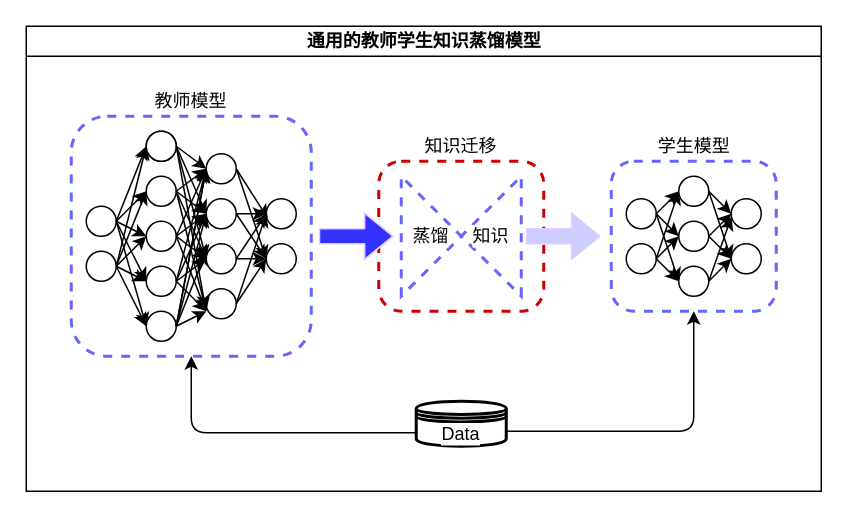
Before: algorithm_mindmap/未命名绘图.drawio in Noeverer/git_leetcode, a draw.io diagram. Source tidied: cells renumbered, new cells numbered last; positions are measured from the earlier drawing's top-left corner, leaving out a move shared by most shapes. Both pictures are drawn from the tidied source at 150%, with x=0, y=0 at pixel (26, 26).
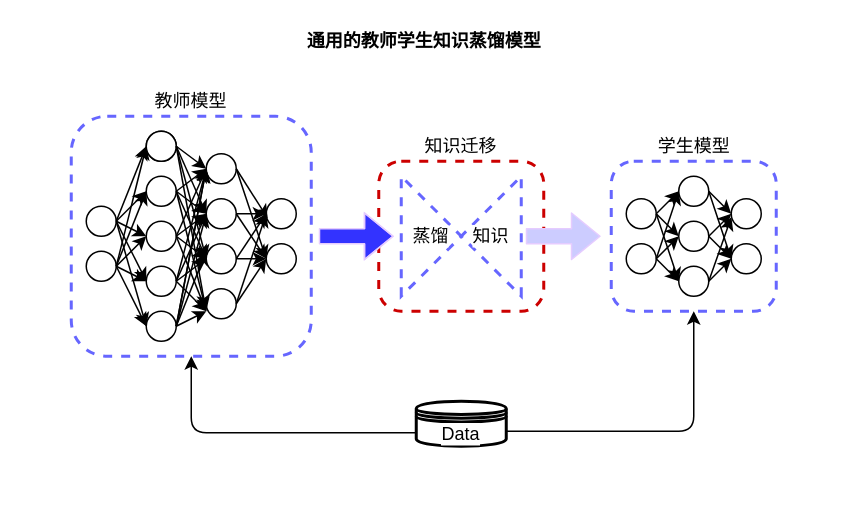
Above is the later version.

Commit message:
更新未命名绘图.drawio

Change to the diagram source:
```diff
@@
-    <mxCell id="2" value="通用的教师学生知识蒸馏模型" style="swimlane;html=1;startSize=20;horizontal=1;containerType=tree;glass=0;" parent="1" vertex="1">
+    <mxCell id="2" value="通用的教师学生知识蒸馏模型" style="swimlane;html=1;startSize=20;horizontal=1;containerType=tree;glass=0;opacity=0;" parent="1" vertex="1">
       <mxGeometry width="530" height="310" as="geometry" />
     </mxCell>
```
